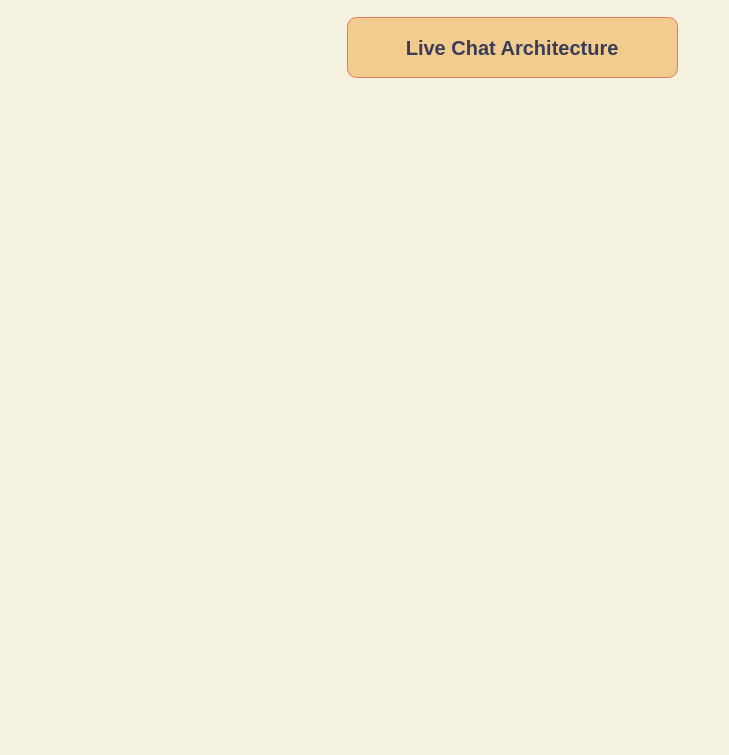
Above: Live-chat.drawio in keshav-programmer/Live-chat (draw.io), before the change. Source tidied: cells renumbered, new cells numbered last; positions are measured from the earlier drawing's top-left corner, leaving out a move shared by most shapes. Both pictures are drawn from the tidied source at 100%, with x=0, y=0 at pixel (347, 17).
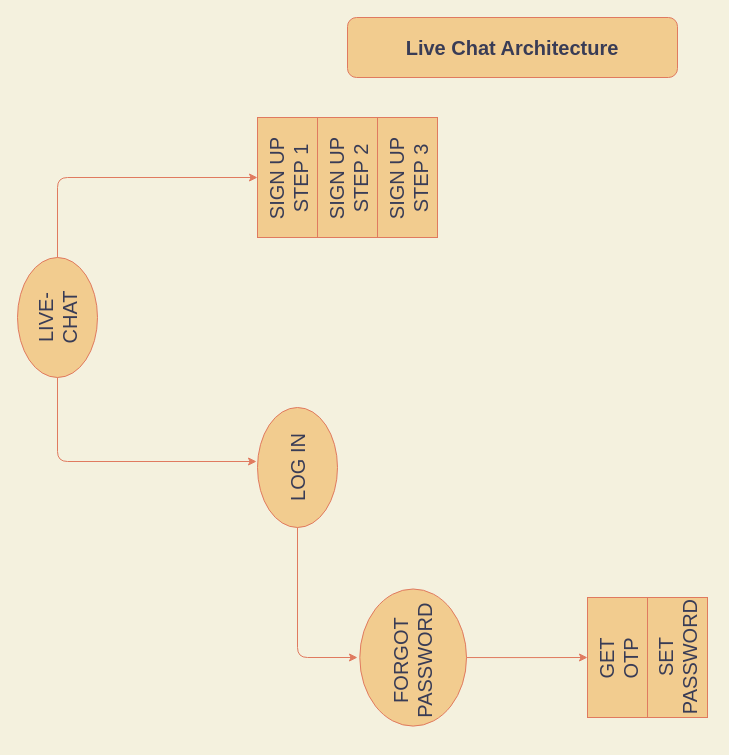
The same diagram, later.

What changed in the source:
```diff
@@
+    <mxCell id="4" style="group;fontColor=#393C56;" parent="1" vertex="1">
+      <mxGeometry x="-330" y="240" width="80" height="120" as="geometry" />
+    </mxCell>
+    <mxCell id="5" style="ellipse;whiteSpace=wrap;html=1;rounded=0;sketch=0;fontColor=#393C56;strokeColor=#E07A5F;fillColor=#F2CC8F;rotation=-90;" parent="4" vertex="1">
+      <mxGeometry x="-20" y="20" width="120" height="80" as="geometry" />
+    </mxCell>
+    <mxCell id="6" value="LIVE-CHAT" style="text;html=1;strokeColor=none;fillColor=none;align=center;verticalAlign=middle;whiteSpace=wrap;rounded=0;sketch=0;fontColor=#393C56;fontSize=20;rotation=-90;" parent="4" vertex="1">
+      <mxGeometry x="5" y="50" width="70" height="20" as="geometry" />
+    </mxCell>
+    <mxCell id="7" style="group;fontColor=#393C56;" parent="1" vertex="1">
+      <mxGeometry x="-90" y="390" width="80" height="120" as="geometry" />
+    </mxCell>
+    <mxCell id="8" style="ellipse;whiteSpace=wrap;html=1;rounded=0;sketch=0;fontColor=#393C56;strokeColor=#E07A5F;fillColor=#F2CC8F;rotation=-90;" parent="7" vertex="1">
+      <mxGeometry x="-20" y="20" width="120" height="80" as="geometry" />
+    </mxCell>
+    <mxCell id="9" value="LOG IN" style="text;html=1;strokeColor=none;fillColor=none;align=center;verticalAlign=middle;whiteSpace=wrap;rounded=0;sketch=0;fontColor=#393C56;fontSize=20;rotation=-90;" parent="7" vertex="1">
+      <mxGeometry x="5" y="50" width="70" height="20" as="geometry" />
+    </mxCell>
+    <mxCell id="10" style="endArrow=classic;html=1;fontSize=20;fontColor=#393C56;strokeColor=#E07A5F;fillColor=#F2CC8F;entryX=0.5;entryY=0;entryDx=0;entryDy=0;labelBackgroundColor=#F4F1DE;" parent="1" edge="1">
+      <mxGeometry relative="1" as="geometry">
+        <mxPoint x="-290" y="240" as="sourcePoint" />
+        <mxPoint x="-90" y="160" as="targetPoint" />
+        <Array as="points">
+          <mxPoint x="-290" y="160" />
+        </Array>
+      </mxGeometry>
+    </mxCell>
+    <mxCell id="11" style="endArrow=classic;html=1;fontSize=20;fontColor=#393C56;strokeColor=#E07A5F;fillColor=#F2CC8F;entryX=0.55;entryY=-0.012;entryDx=0;entryDy=0;entryPerimeter=0;labelBackgroundColor=#F4F1DE;" parent="1" edge="1" target="8">
+      <mxGeometry relative="1" as="geometry">
+        <mxPoint x="-290" y="360" as="sourcePoint" />
+        <Array as="points">
+          <mxPoint x="-290" y="444" />
+        </Array>
+      </mxGeometry>
+    </mxCell>
+    <mxCell id="12" style="group;fontColor=#393C56;" parent="1" vertex="1">
+      <mxGeometry x="-90" y="100" width="60" height="120" as="geometry" />
+    </mxCell>
+    <mxCell id="13" style="rounded=0;whiteSpace=wrap;html=1;sketch=0;fontSize=20;fontColor=#393C56;strokeColor=#E07A5F;fillColor=#F2CC8F;rotation=-90;" parent="12" vertex="1">
+      <mxGeometry x="-30" y="30" width="120" height="60" as="geometry" />
+    </mxCell>
+    <mxCell id="14" value="SIGN UP STEP 1" style="text;html=1;strokeColor=none;fillColor=none;align=center;verticalAlign=middle;whiteSpace=wrap;rounded=0;sketch=0;fontColor=#393C56;fontSize=20;rotation=-90;" parent="12" vertex="1">
+      <mxGeometry x="-12.5" y="51.5" width="85" height="20" as="geometry" />
+    </mxCell>
+    <mxCell id="15" style="group;fontColor=#393C56;" parent="1" vertex="1">
+      <mxGeometry x="-30" y="100" width="60" height="120" as="geometry" />
+    </mxCell>
+    <mxCell id="16" style="group;" parent="15" vertex="1">
+      <mxGeometry width="60" height="120" as="geometry" />
+    </mxCell>
+    <mxCell id="17" style="rounded=0;whiteSpace=wrap;html=1;sketch=0;fontSize=20;fontColor=#393C56;strokeColor=#E07A5F;fillColor=#F2CC8F;rotation=-90;" parent="16" vertex="1">
+      <mxGeometry x="-30" y="30" width="120" height="60" as="geometry" />
+    </mxCell>
+    <mxCell id="18" value="SIGN UP STEP 2" style="text;html=1;strokeColor=none;fillColor=none;align=center;verticalAlign=middle;whiteSpace=wrap;rounded=0;sketch=0;fontColor=#393C56;fontSize=20;rotation=-90;" parent="16" vertex="1">
+      <mxGeometry x="-12.5" y="51.5" width="85" height="20" as="geometry" />
+    </mxCell>
+    <mxCell id="19" style="group;fontColor=#393C56;" parent="1" vertex="1">
+      <mxGeometry x="30" y="100" width="60" height="120" as="geometry" />
+    </mxCell>
+    <mxCell id="20" style="group;" parent="19" vertex="1">
+      <mxGeometry width="60" height="120" as="geometry" />
+    </mxCell>
+    <mxCell id="21" style="rounded=0;whiteSpace=wrap;html=1;sketch=0;fontSize=20;fontColor=#393C56;strokeColor=#E07A5F;fillColor=#F2CC8F;rotation=-90;" parent="20" vertex="1">
+      <mxGeometry x="-30" y="30" width="120" height="60" as="geometry" />
+    </mxCell>
+    <mxCell id="22" value="SIGN UP STEP 3" style="text;html=1;strokeColor=none;fillColor=none;align=center;verticalAlign=middle;whiteSpace=wrap;rounded=0;sketch=0;fontColor=#393C56;fontSize=20;rotation=-90;" parent="20" vertex="1">
+      <mxGeometry x="-12.5" y="51.5" width="85" height="20" as="geometry" />
+    </mxCell>
+    <mxCell id="23" style="group;fontColor=#393C56;" parent="1" vertex="1">
+      <mxGeometry x="20" y="560" width="91.4" height="160" as="geometry" />
+    </mxCell>
+    <mxCell id="24" style="ellipse;whiteSpace=wrap;html=1;rounded=0;sketch=0;fontColor=#393C56;strokeColor=#E07A5F;fillColor=#F2CC8F;rotation=-90;" parent="23" vertex="1">
+      <mxGeometry x="-22.9" y="26.7" width="137.1" height="106.7" as="geometry" />
+    </mxCell>
+    <mxCell id="25" value="FORGOT PASSWORD" style="text;html=1;strokeColor=none;fillColor=none;align=center;verticalAlign=middle;whiteSpace=wrap;rounded=0;sketch=0;fontColor=#393C56;fontSize=20;rotation=-90;" parent="23" vertex="1">
+      <mxGeometry x="8.6" y="70" width="74.3" height="26.7" as="geometry" />
+    </mxCell>
+    <mxCell id="26" style="endArrow=classic;html=1;fontColor=#393C56;strokeColor=#E07A5F;fillColor=#F2CC8F;exitX=0;exitY=0.5;exitDx=0;exitDy=0;" parent="1" edge="1" source="8">
+      <mxGeometry relative="1" as="geometry">
+        <mxPoint x="10" y="640" as="targetPoint" />
+        <Array as="points">
+          <mxPoint x="-50" y="640" />
+        </Array>
+      </mxGeometry>
+    </mxCell>
+    <mxCell id="27" style="group;fontColor=#393C56;" parent="1" vertex="1">
+      <mxGeometry x="240" y="580" width="60" height="120" as="geometry" />
+    </mxCell>
+    <mxCell id="28" style="rounded=0;whiteSpace=wrap;html=1;sketch=0;fontSize=20;fontColor=#393C56;strokeColor=#E07A5F;fillColor=#F2CC8F;rotation=-90;" parent="27" vertex="1">
+      <mxGeometry x="-30" y="30" width="120" height="60" as="geometry" />
+    </mxCell>
+    <mxCell id="29" value="GET OTP" style="text;html=1;strokeColor=none;fillColor=none;align=center;verticalAlign=middle;whiteSpace=wrap;rounded=0;sketch=0;fontColor=#393C56;fontSize=20;rotation=-90;" parent="27" vertex="1">
+      <mxGeometry x="-12.5" y="51.5" width="85" height="20" as="geometry" />
+    </mxCell>
+    <mxCell id="30" style="rounded=0;whiteSpace=wrap;html=1;sketch=0;fontSize=20;fontColor=#393C56;strokeColor=#E07A5F;fillColor=#F2CC8F;rotation=-90;" parent="1" vertex="1">
+      <mxGeometry x="270" y="610" width="120" height="60" as="geometry" />
+    </mxCell>
+    <mxCell id="31" style="edgeStyle=orthogonalEdgeStyle;curved=0;rounded=1;sketch=0;jettySize=auto;html=1;entryX=0.5;entryY=0;entryDx=0;entryDy=0;fontColor=#393C56;strokeColor=#E07A5F;fillColor=#F2CC8F;" parent="1" edge="1" source="24" target="28">
+      <mxGeometry relative="1" as="geometry" />
+    </mxCell>
+    <mxCell id="32" value="SET PASSWORD" style="text;html=1;strokeColor=none;fillColor=none;align=center;verticalAlign=middle;whiteSpace=wrap;rounded=0;sketch=0;fontColor=#393C56;fontSize=20;rotation=-90;" parent="1" vertex="1">
+      <mxGeometry x="287.5" y="605.8" width="85" height="68.5" as="geometry" />
+    </mxCell>
```
